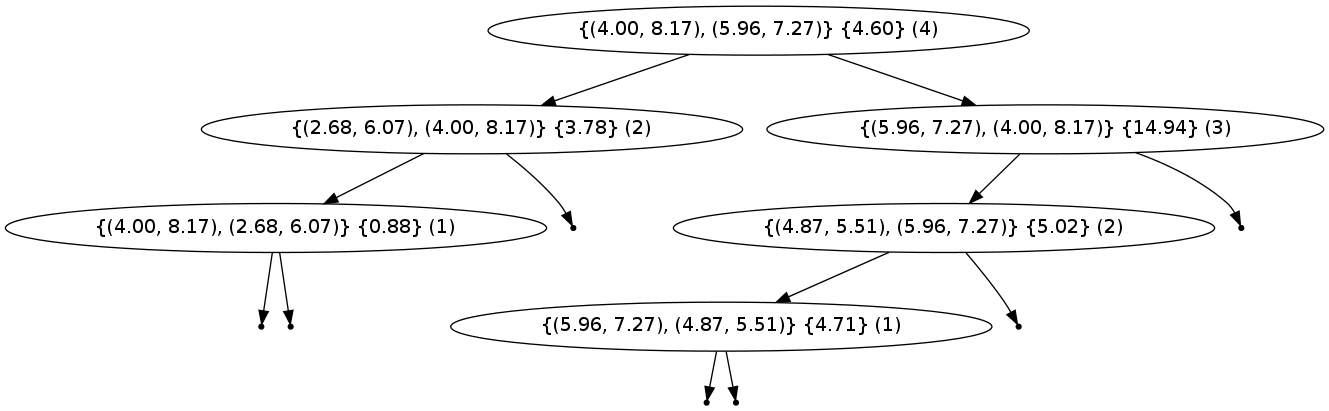
Above: Voronoi_Diagrams/graph.png in cerdogan/Job (Graphviz), before the change. Its source is kept beside it as Voronoi_Diagrams/graph.dot.
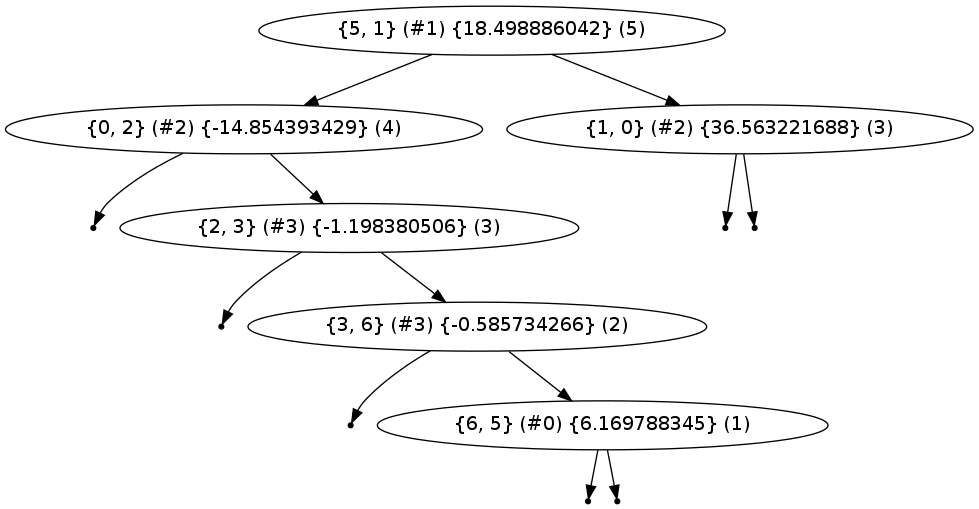
Above is the later version.

The edit, as a diff of the source:
```diff
@@ -1,23 +1,23 @@
 digraph {
 graph [ordering="out"]
-"{(4.00, 8.17), (5.96, 7.27)} {4.60} (4)"
-"{(4.00, 8.17), (5.96, 7.27)} {4.60} (4)" -> "{(2.68, 6.07), (4.00, 8.17)} {3.78} (2)"
-"{(2.68, 6.07), (4.00, 8.17)} {3.78} (2)" -> "{(4.00, 8.17), (2.68, 6.07)} {0.88} (1)"
-"null{(4.00, 8.17), (2.68, 6.07)} {0.88}-0" [shape=point];
-"{(4.00, 8.17), (2.68, 6.07)} {0.88} (1)" -> "null{(4.00, 8.17), (2.68, 6.07)} {0.88}-0";
-"null{(4.00, 8.17), (2.68, 6.07)} {0.88}-1" [shape=point];
-"{(4.00, 8.17), (2.68, 6.07)} {0.88} (1)" -> "null{(4.00, 8.17), (2.68, 6.07)} {0.88}-1";
-"null{(2.68, 6.07), (4.00, 8.17)} {3.78}-1" [shape=point];
-"{(2.68, 6.07), (4.00, 8.17)} {3.78} (2)" -> "null{(2.68, 6.07), (4.00, 8.17)} {3.78}-1";
-"{(4.00, 8.17), (5.96, 7.27)} {4.60} (4)" -> "{(5.96, 7.27), (4.00, 8.17)} {14.94} (3)"
-"{(5.96, 7.27), (4.00, 8.17)} {14.94} (3)" -> "{(4.87, 5.51), (5.96, 7.27)} {5.02} (2)"
-"{(4.87, 5.51), (5.96, 7.27)} {5.02} (2)" -> "{(5.96, 7.27), (4.87, 5.51)} {4.71} (1)"
-"null{(5.96, 7.27), (4.87, 5.51)} {4.71}-0" [shape=point];
-"{(5.96, 7.27), (4.87, 5.51)} {4.71} (1)" -> "null{(5.96, 7.27), (4.87, 5.51)} {4.71}-0";
-"null{(5.96, 7.27), (4.87, 5.51)} {4.71}-1" [shape=point];
-"{(5.96, 7.27), (4.87, 5.51)} {4.71} (1)" -> "null{(5.96, 7.27), (4.87, 5.51)} {4.71}-1";
-"null{(4.87, 5.51), (5.96, 7.27)} {5.02}-1" [shape=point];
-"{(4.87, 5.51), (5.96, 7.27)} {5.02} (2)" -> "null{(4.87, 5.51), (5.96, 7.27)} {5.02}-1";
-"null{(5.96, 7.27), (4.00, 8.17)} {14.94}-1" [shape=point];
-"{(5.96, 7.27), (4.00, 8.17)} {14.94} (3)" -> "null{(5.96, 7.27), (4.00, 8.17)} {14.94}-1";
+"{5, 1} (#1) {18.498886042} (5)"
+"{5, 1} (#1) {18.498886042} (5)" -> "{0, 2} (#2) {-14.854393429} (4)"
+"null{0, 2} (#2) {-14.854393429}-0" [shape=point];
+"{0, 2} (#2) {-14.854393429} (4)" -> "null{0, 2} (#2) {-14.854393429}-0";
+"{0, 2} (#2) {-14.854393429} (4)" -> "{2, 3} (#3) {-1.198380506} (3)"
+"null{2, 3} (#3) {-1.198380506}-0" [shape=point];
+"{2, 3} (#3) {-1.198380506} (3)" -> "null{2, 3} (#3) {-1.198380506}-0";
+"{2, 3} (#3) {-1.198380506} (3)" -> "{3, 6} (#3) {-0.585734266} (2)"
+"null{3, 6} (#3) {-0.585734266}-0" [shape=point];
+"{3, 6} (#3) {-0.585734266} (2)" -> "null{3, 6} (#3) {-0.585734266}-0";
+"{3, 6} (#3) {-0.585734266} (2)" -> "{6, 5} (#0) {6.169788345} (1)"
+"null{6, 5} (#0) {6.169788345}-0" [shape=point];
+"{6, 5} (#0) {6.169788345} (1)" -> "null{6, 5} (#0) {6.169788345}-0";
+"null{6, 5} (#0) {6.169788345}-1" [shape=point];
+"{6, 5} (#0) {6.169788345} (1)" -> "null{6, 5} (#0) {6.169788345}-1";
+"{5, 1} (#1) {18.498886042} (5)" -> "{1, 0} (#2) {36.563221688} (3)"
+"null{1, 0} (#2) {36.563221688}-0" [shape=point];
+"{1, 0} (#2) {36.563221688} (3)" -> "null{1, 0} (#2) {36.563221688}-0";
+"null{1, 0} (#2) {36.563221688}-1" [shape=point];
+"{1, 0} (#2) {36.563221688} (3)" -> "null{1, 0} (#2) {36.563221688}-1";
 }
```
